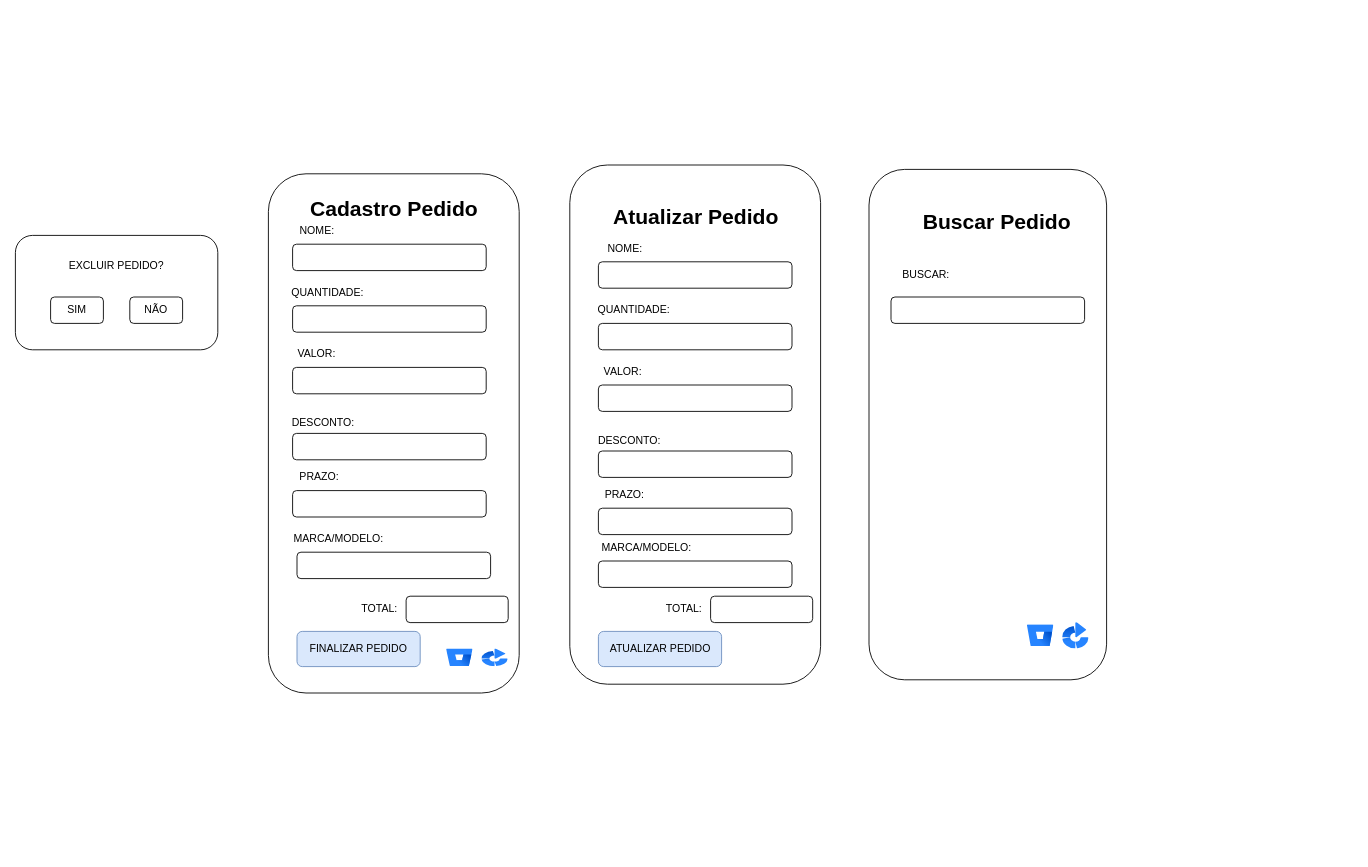
juliareis14/avatar.app keeps this draw.io diagram as page "Página-2" (2 of 4) of DOC/tela.drawio. Above is the earlier version. Source tidied: cells renumbered, new cells numbered last; positions are measured from the earlier drawing's top-left corner, leaving out a move shared by most shapes. Both pictures are drawn from the tidied source at 88%, with x=0, y=0 at pixel (15, 165).
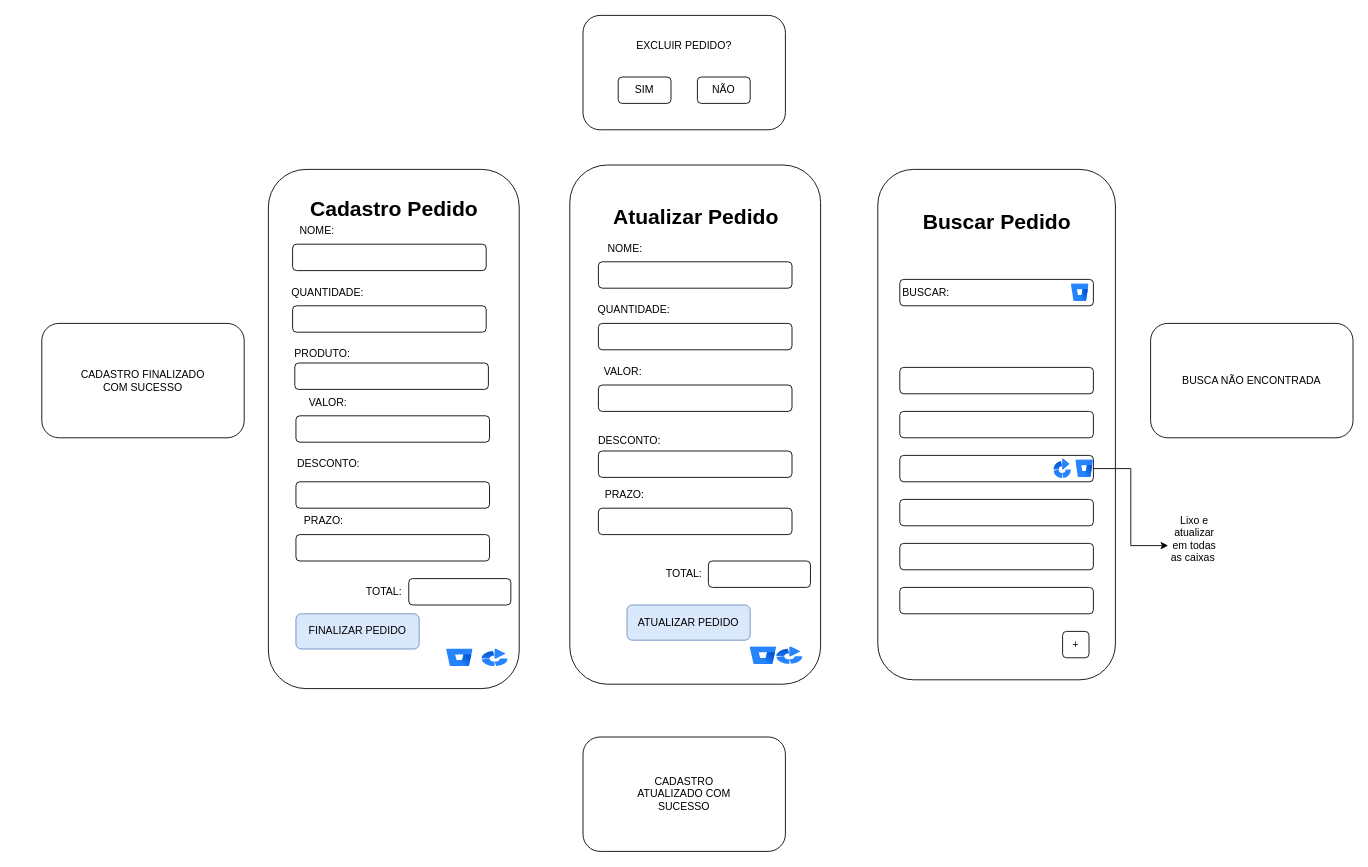
Above is the later version.

The edit, as a diff of the source:
```diff
@@
     <mxCell id="2" style="rounded=1;whiteSpace=wrap;html=1;" parent="1" vertex="1">
-      <mxGeometry x="287.5" y="10" width="285" height="590" as="geometry" />
+      <mxGeometry x="287.5" y="5" width="285" height="590" as="geometry" />
     </mxCell>
@@
     <mxCell id="6" style="rounded=1;whiteSpace=wrap;html=1;" parent="1" vertex="1">
-      <mxGeometry x="315" y="230" width="220" height="30" as="geometry" />
+      <mxGeometry x="318.8" y="285" width="220" height="30" as="geometry" />
     </mxCell>
@@
     <mxCell id="9" value="VALOR:" style="text;html=1;align=center;verticalAlign=middle;whiteSpace=wrap;rounded=0;" parent="1" vertex="1">
-      <mxGeometry x="305" y="200" width="75" height="30" as="geometry" />
+      <mxGeometry x="317.5" y="255" width="75" height="30" as="geometry" />
     </mxCell>
     <mxCell id="10" value="FINALIZAR PEDIDO" style="rounded=1;whiteSpace=wrap;html=1;fillColor=#dae8fc;strokeColor=#6c8ebf;" parent="1" vertex="1">
-      <mxGeometry x="320" y="530" width="140" height="40" as="geometry" />
+      <mxGeometry x="318.8" y="510" width="140" height="40" as="geometry" />
     </mxCell>
@@
     <mxCell id="13" style="rounded=1;whiteSpace=wrap;html=1;" parent="1" vertex="1">
-      <mxGeometry x="315" y="370" width="220" height="30" as="geometry" />
+      <mxGeometry x="318.8" y="420" width="220" height="30" as="geometry" />
     </mxCell>
     <mxCell id="14" style="rounded=1;whiteSpace=wrap;html=1;" parent="1" vertex="1">
-      <mxGeometry x="315" y="305" width="220" height="30" as="geometry" />
+      <mxGeometry x="318.8" y="360" width="220" height="30" as="geometry" />
     </mxCell>
     <mxCell id="15" value="DESCONTO:" style="text;html=1;align=center;verticalAlign=middle;whiteSpace=wrap;rounded=0;" parent="1" vertex="1">
-      <mxGeometry x="315" y="280" width="70" height="25" as="geometry" />
+      <mxGeometry x="321.2" y="327.5" width="70" height="25" as="geometry" />
     </mxCell>
     <mxCell id="16" value="PRAZO:" style="text;html=1;align=center;verticalAlign=middle;whiteSpace=wrap;rounded=0;" parent="1" vertex="1">
-      <mxGeometry x="307.5" y="340" width="75" height="30" as="geometry" />
+      <mxGeometry x="312.5" y="390" width="75" height="30" as="geometry" />
     </mxCell>
     <mxCell id="17" style="rounded=1;whiteSpace=wrap;html=1;" parent="1" vertex="1">
-      <mxGeometry x="444" y="490" width="116" height="30" as="geometry" />
+      <mxGeometry x="447" y="470" width="116" height="30" as="geometry" />
     </mxCell>
     <mxCell id="18" value="TOTAL:" style="text;html=1;align=center;verticalAlign=middle;whiteSpace=wrap;rounded=0;" parent="1" vertex="1">
-      <mxGeometry x="384" y="490" width="60" height="30" as="geometry" />
+      <mxGeometry x="388.8" y="470" width="60" height="30" as="geometry" />
     </mxCell>
@@
     <mxCell id="27" value="ATUALIZAR PEDIDO" style="rounded=1;whiteSpace=wrap;html=1;fillColor=#dae8fc;strokeColor=#6c8ebf;" parent="1" vertex="1">
-      <mxGeometry x="662.5" y="530" width="140" height="40" as="geometry" />
+      <mxGeometry x="695" y="500" width="140" height="40" as="geometry" />
     </mxCell>
@@
     <mxCell id="32" style="rounded=1;whiteSpace=wrap;html=1;" parent="1" vertex="1">
-      <mxGeometry x="790" y="490" width="116" height="30" as="geometry" />
+      <mxGeometry x="787.5" y="450" width="116" height="30" as="geometry" />
     </mxCell>
     <mxCell id="33" value="TOTAL:" style="text;html=1;align=center;verticalAlign=middle;whiteSpace=wrap;rounded=0;" parent="1" vertex="1">
-      <mxGeometry x="730" y="490" width="60" height="30" as="geometry" />
+      <mxGeometry x="730" y="450" width="60" height="30" as="geometry" />
     </mxCell>
     <mxCell id="34" style="rounded=1;whiteSpace=wrap;html=1;" parent="1" vertex="1">
-      <mxGeometry y="80" width="230" height="130" as="geometry" />
+      <mxGeometry x="645" y="-170" width="230" height="130" as="geometry" />
     </mxCell>
     <mxCell id="35" value="SIM" style="rounded=1;whiteSpace=wrap;html=1;" parent="1" vertex="1">
-      <mxGeometry x="40" y="150" width="60" height="30" as="geometry" />
+      <mxGeometry x="685" y="-100" width="60" height="30" as="geometry" />
     </mxCell>
     <mxCell id="36" value="NÃO" style="rounded=1;whiteSpace=wrap;html=1;" parent="1" vertex="1">
-      <mxGeometry x="130" y="150" width="60" height="30" as="geometry" />
+      <mxGeometry x="775" y="-100" width="60" height="30" as="geometry" />
     </mxCell>
     <mxCell id="37" value="EXCLUIR PEDIDO?" style="text;html=1;align=center;verticalAlign=middle;whiteSpace=wrap;rounded=0;" parent="1" vertex="1">
-      <mxGeometry x="50" y="100" width="130" height="30" as="geometry" />
+      <mxGeometry x="695" y="-150" width="130" height="30" as="geometry" />
     </mxCell>
     <mxCell id="38" style="rounded=1;whiteSpace=wrap;html=1;" parent="1" vertex="1">
-      <mxGeometry x="970" y="5" width="270" height="580" as="geometry" />
+      <mxGeometry x="980" y="5" width="270" height="580" as="geometry" />
     </mxCell>
@@
     <mxCell id="40" style="rounded=1;whiteSpace=wrap;html=1;" parent="1" vertex="1">
-      <mxGeometry x="995" y="150" width="220" height="30" as="geometry" />
+      <mxGeometry x="1005" y="130" width="220" height="30" as="geometry" />
     </mxCell>
     <mxCell id="41" value="BUSCAR:" style="text;html=1;align=center;verticalAlign=middle;whiteSpace=wrap;rounded=0;" parent="1" vertex="1">
-      <mxGeometry x="1005" y="110" width="60" height="30" as="geometry" />
+      <mxGeometry x="1005" y="130" width="60" height="30" as="geometry" />
     </mxCell>
-    <mxCell id="42" style="rounded=1;whiteSpace=wrap;html=1;" parent="1" vertex="1">
-      <mxGeometry x="320" y="440" width="220" height="30" as="geometry" />
-    </mxCell>
-    <mxCell id="43" value="MARCA/MODELO:" style="text;html=1;align=center;verticalAlign=middle;whiteSpace=wrap;rounded=0;" parent="1" vertex="1">
-      <mxGeometry x="330" y="410" width="75" height="30" as="geometry" />
-    </mxCell>
-    <mxCell id="44" value="MARCA/MODELO:" style="text;html=1;align=center;verticalAlign=middle;whiteSpace=wrap;rounded=0;" parent="1" vertex="1">
-      <mxGeometry x="680" y="420" width="75" height="30" as="geometry" />
-    </mxCell>
-    <mxCell id="45" style="rounded=1;whiteSpace=wrap;html=1;" parent="1" vertex="1">
-      <mxGeometry x="662.5" y="450" width="220" height="30" as="geometry" />
-    </mxCell>
-    <mxCell id="46" style="image;html=1;image=img/lib/atlassian/Bitbucket_Logo.svg;" parent="1" vertex="1">
-      <mxGeometry x="1150" y="522.5" width="30" height="25" as="geometry" />
-    </mxCell>
-    <mxCell id="47" style="image;html=1;image=img/lib/atlassian/Bamboo_Logo.svg;direction=east;" parent="1" vertex="1">
-      <mxGeometry x="1190" y="520" width="30" height="30" as="geometry" />
-    </mxCell>
+    <mxCell id="48" style="image;html=1;image=img/lib/atlassian/Bitbucket_Logo.svg;" parent="1" vertex="1">
+      <mxGeometry x="1200" y="135" width="20" height="20" as="geometry" />
+    </mxCell>
+    <mxCell id="49" style="rounded=1;whiteSpace=wrap;html=1;" parent="1" vertex="1">
+      <mxGeometry x="30" y="180" width="230" height="130" as="geometry" />
+    </mxCell>
+    <mxCell id="50" value="CADASTRO FINALIZADO&lt;div&gt;COM SUCESSO&lt;/div&gt;" style="text;html=1;align=center;verticalAlign=middle;whiteSpace=wrap;rounded=0;" parent="1" vertex="1">
+      <mxGeometry x="70" y="210" width="150" height="70" as="geometry" />
+    </mxCell>
+    <mxCell id="51" style="rounded=1;whiteSpace=wrap;html=1;" parent="1" vertex="1">
+      <mxGeometry x="645" y="650" width="230" height="130" as="geometry" />
+    </mxCell>
+    <mxCell id="52" value="CADASTRO ATUALIZADO COM SUCESSO" style="text;html=1;align=center;verticalAlign=middle;whiteSpace=wrap;rounded=0;" parent="1" vertex="1">
+      <mxGeometry x="695" y="685" width="130" height="60" as="geometry" />
+    </mxCell>
+    <mxCell id="53" value="BUSCA NÃO ENCONTRADA" style="rounded=1;whiteSpace=wrap;html=1;" parent="1" vertex="1">
+      <mxGeometry x="1290" y="180" width="230" height="130" as="geometry" />
+    </mxCell>
+    <mxCell id="54" style="image;html=1;image=img/lib/atlassian/Bitbucket_Logo.svg;" parent="1" vertex="1">
+      <mxGeometry x="835" y="547.5" width="30" height="20" as="geometry" />
+    </mxCell>
+    <mxCell id="55" style="image;html=1;image=img/lib/atlassian/Bamboo_Logo.svg;" parent="1" vertex="1">
+      <mxGeometry x="865" y="547.5" width="30" height="20" as="geometry" />
+    </mxCell>
+    <mxCell id="56" style="rounded=1;whiteSpace=wrap;html=1;" parent="1" vertex="1">
+      <mxGeometry x="1005" y="230" width="220" height="30" as="geometry" />
+    </mxCell>
+    <mxCell id="57" style="rounded=1;whiteSpace=wrap;html=1;" parent="1" vertex="1">
+      <mxGeometry x="1005" y="280" width="220" height="30" as="geometry" />
+    </mxCell>
+    <mxCell id="58" style="rounded=1;whiteSpace=wrap;html=1;" parent="1" vertex="1">
+      <mxGeometry x="1005" y="330" width="220" height="30" as="geometry" />
+    </mxCell>
+    <mxCell id="59" style="rounded=1;whiteSpace=wrap;html=1;" parent="1" vertex="1">
+      <mxGeometry x="1005" y="380" width="220" height="30" as="geometry" />
+    </mxCell>
+    <mxCell id="60" style="rounded=1;whiteSpace=wrap;html=1;" parent="1" vertex="1">
+      <mxGeometry x="1005" y="430" width="220" height="30" as="geometry" />
+    </mxCell>
+    <mxCell id="61" style="rounded=1;whiteSpace=wrap;html=1;" parent="1" vertex="1">
+      <mxGeometry x="1005" y="480" width="220" height="30" as="geometry" />
+    </mxCell>
+    <mxCell id="62" style="edgeStyle=orthogonalEdgeStyle;rounded=0;jettySize=auto;html=1;entryX=0;entryY=0.75;entryDx=0;entryDy=0;" parent="1" edge="1" source="63" target="64">
+      <mxGeometry relative="1" as="geometry" />
+    </mxCell>
+    <mxCell id="63" style="image;html=1;image=img/lib/atlassian/Bitbucket_Logo.svg;" parent="1" vertex="1">
+      <mxGeometry x="1205" y="335" width="20" height="20" as="geometry" />
+    </mxCell>
+    <mxCell id="64" value="Lixo e atualizar em todas as caixas&amp;nbsp;" style="text;html=1;align=center;verticalAlign=middle;whiteSpace=wrap;rounded=0;" parent="1" vertex="1">
+      <mxGeometry x="1310" y="410" width="60" height="30" as="geometry" />
+    </mxCell>
+    <mxCell id="65" style="image;html=1;image=img/lib/atlassian/Bamboo_Logo.svg;direction=east;" parent="1" vertex="1">
+      <mxGeometry x="1180" y="333.8" width="20" height="22.5" as="geometry" />
+    </mxCell>
+    <mxCell id="66" value="+" style="rounded=1;whiteSpace=wrap;html=1;direction=south;" parent="1" vertex="1">
+      <mxGeometry x="1190" y="530" width="30" height="30" as="geometry" />
+    </mxCell>
+    <mxCell id="67" style="rounded=1;whiteSpace=wrap;html=1;" parent="1" vertex="1">
+      <mxGeometry x="317.5" y="225" width="220" height="30" as="geometry" />
+    </mxCell>
+    <mxCell id="68" value="PRODUTO:" style="text;html=1;align=center;verticalAlign=middle;whiteSpace=wrap;rounded=0;" parent="1" vertex="1">
+      <mxGeometry x="318.8" y="200" width="60" height="30" as="geometry" />
+    </mxCell>
```
